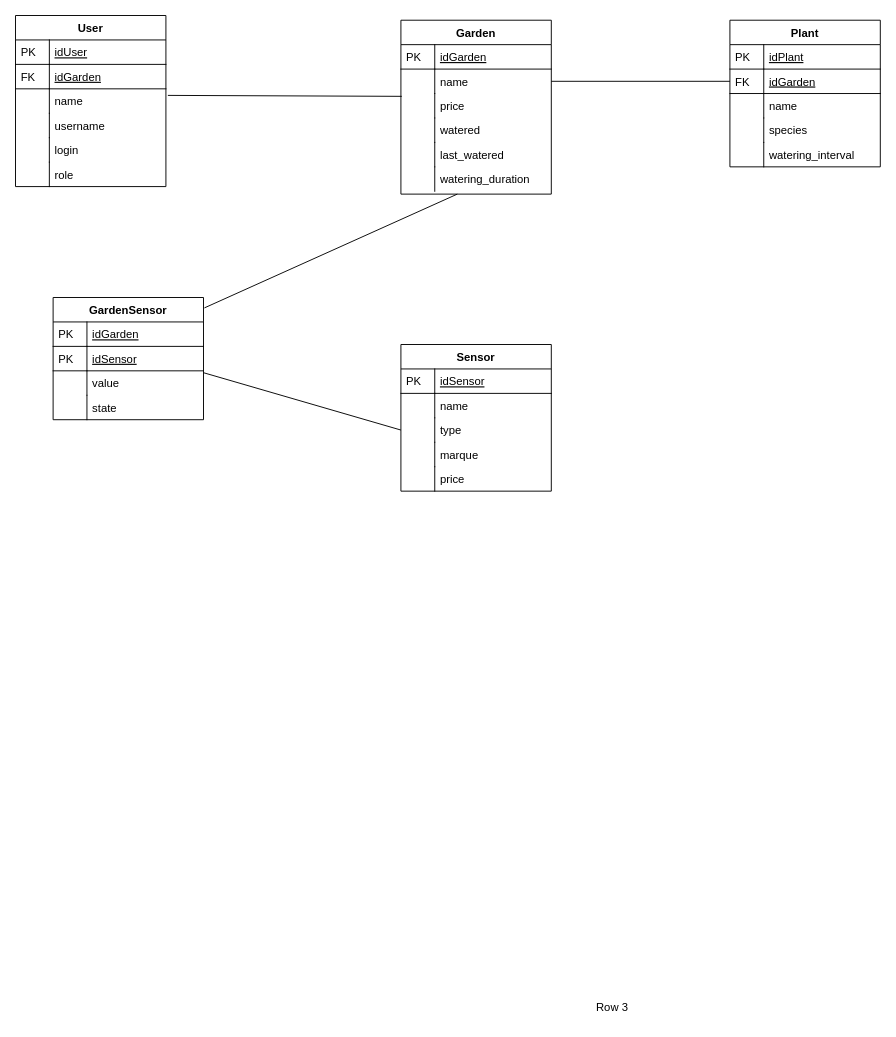
Before: page "MLD_iGardenConnect" (3 of 3) of UML/nonPdf/iGardenConnectApi.drawio in pabonhomme/iGardenConnect, a draw.io diagram. Source tidied: cells renumbered, new cells numbered last; positions are measured from the earlier drawing's top-left corner, leaving out a move shared by most shapes. Both pictures are drawn from the tidied source at 94%, with x=0, y=0 at pixel (15, 15).
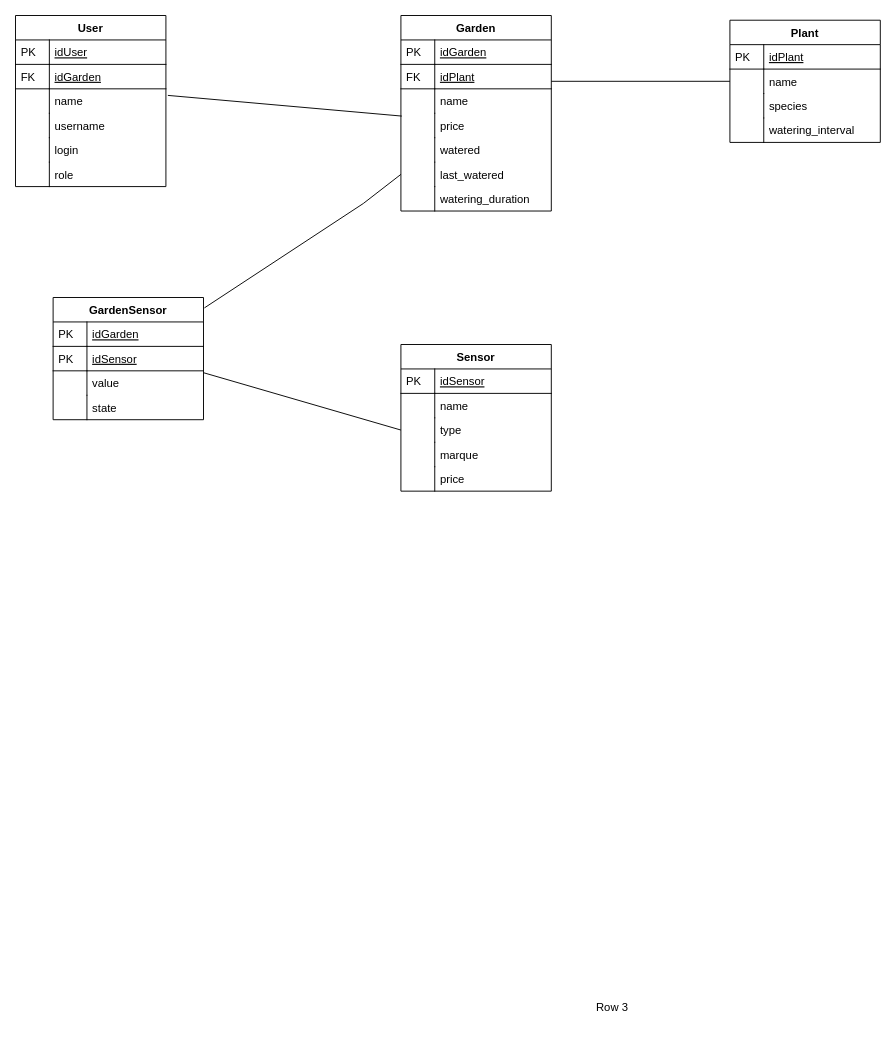
The same page after the edit.

Unchanged cells that the change refers to:
```xml
<mxCell id="55" value="GardenSensor" style="swimlane;fontStyle=1;horizontal=1;startSize=26;rounded=0;shadow=0;strokeWidth=1;" parent="1" vertex="1">
  <mxGeometry x="40" y="300" width="160" height="130" as="geometry" />
</mxCell>
```

The edit, as a diff of the source:
```diff
@@
     <mxCell id="18" value="Garden" style="swimlane;fontStyle=1;horizontal=1;startSize=26;rounded=0;shadow=0;strokeWidth=1;" parent="1" vertex="1">
-      <mxGeometry x="410" y="5" width="160" height="185" as="geometry" />
+      <mxGeometry x="410" width="160" height="208" as="geometry" />
     </mxCell>
@@
+    <mxCell id="43" value="idPlant" style="shape=partialRectangle;top=0;left=0;right=0;bottom=1;align=left;verticalAlign=top;fillColor=none;spacingLeft=40;spacingRight=4;overflow=hidden;rounded=0;shadow=0;strokeWidth=1;fontStyle=4;" parent="18" vertex="1">
+      <mxGeometry y="52" width="160" height="26" as="geometry" />
+    </mxCell>
+    <mxCell id="44" value="FK" style="shape=partialRectangle;top=0;left=0;bottom=0;fillColor=none;align=left;verticalAlign=top;spacingLeft=4;spacingRight=4;overflow=hidden;" parent="43" vertex="1">
+      <mxGeometry width="36" height="26" as="geometry" />
+    </mxCell>
     <mxCell id="21" value="name" style="shape=partialRectangle;top=0;left=0;right=0;bottom=0;align=left;verticalAlign=top;fillColor=none;spacingLeft=40;spacingRight=4;overflow=hidden;rounded=0;shadow=0;strokeWidth=1;" parent="18" vertex="1">
-      <mxGeometry y="52" width="160" height="26" as="geometry" />
+      <mxGeometry y="78" width="160" height="26" as="geometry" />
     </mxCell>
@@
     <mxCell id="23" value="price" style="shape=partialRectangle;top=0;left=0;right=0;bottom=0;align=left;verticalAlign=top;fillColor=none;spacingLeft=40;spacingRight=4;overflow=hidden;points=[[0,0.5],[1,0.5]];portConstraint=eastwest;rounded=0;shadow=0;strokeWidth=1;" parent="18" vertex="1">
-      <mxGeometry y="78" width="160" height="26" as="geometry" />
+      <mxGeometry y="104" width="160" height="26" as="geometry" />
     </mxCell>
@@
     <mxCell id="25" value="watered" style="shape=partialRectangle;top=0;left=0;right=0;bottom=0;align=left;verticalAlign=top;fillColor=none;spacingLeft=40;spacingRight=4;overflow=hidden;rounded=0;shadow=0;strokeWidth=1;" parent="18" vertex="1">
-      <mxGeometry y="104" width="160" height="26" as="geometry" />
+      <mxGeometry y="130" width="160" height="26" as="geometry" />
     </mxCell>
@@
     <mxCell id="27" value="last_watered" style="shape=partialRectangle;top=0;left=0;right=0;bottom=0;align=left;verticalAlign=top;fillColor=none;spacingLeft=40;spacingRight=4;overflow=hidden;points=[[0,0.5],[1,0.5]];portConstraint=eastwest;rounded=0;shadow=0;strokeWidth=1;" parent="18" vertex="1">
-      <mxGeometry y="130" width="160" height="26" as="geometry" />
+      <mxGeometry y="156" width="160" height="26" as="geometry" />
     </mxCell>
@@
     <mxCell id="29" value="watering_duration" style="shape=partialRectangle;top=0;left=0;right=0;bottom=0;align=left;verticalAlign=top;fillColor=none;spacingLeft=40;spacingRight=4;overflow=hidden;rounded=0;shadow=0;strokeWidth=1;" parent="18" vertex="1">
-      <mxGeometry y="156" width="160" height="26" as="geometry" />
+      <mxGeometry y="182" width="160" height="26" as="geometry" />
     </mxCell>
@@
     <mxCell id="42" value="Plant" style="swimlane;fontStyle=1;horizontal=1;startSize=26;rounded=0;shadow=0;strokeWidth=1;" parent="1" vertex="1">
-      <mxGeometry x="760" y="5" width="160" height="156" as="geometry" />
+      <mxGeometry x="760" y="5" width="160" height="130" as="geometry" />
     </mxCell>
-    <mxCell id="43" value="idPlant" style="shape=partialRectangle;top=0;left=0;right=0;bottom=1;align=left;verticalAlign=top;fillColor=none;spacingLeft=40;spacingRight=4;overflow=hidden;rounded=0;shadow=0;strokeWidth=1;fontStyle=4;" parent="42" vertex="1">
-      <mxGeometry y="26" width="160" height="26" as="geometry" />
-    </mxCell>
-    <mxCell id="44" value="PK" style="shape=partialRectangle;top=0;left=0;bottom=0;fillColor=none;align=left;verticalAlign=top;spacingLeft=4;spacingRight=4;overflow=hidden;" parent="43" vertex="1">
-      <mxGeometry width="36" height="26" as="geometry" />
-    </mxCell>
-    <mxCell id="45" value="idGarden" style="shape=partialRectangle;top=0;left=0;right=0;bottom=1;align=left;verticalAlign=top;fillColor=none;spacingLeft=40;spacingRight=4;overflow=hidden;rounded=0;shadow=0;strokeWidth=1;fontStyle=4;" parent="42" vertex="1">
-      <mxGeometry y="52" width="160" height="26" as="geometry" />
-    </mxCell>
-    <mxCell id="46" value="FK" style="shape=partialRectangle;top=0;left=0;bottom=0;fillColor=none;align=left;verticalAlign=top;spacingLeft=4;spacingRight=4;overflow=hidden;" parent="45" vertex="1">
-      <mxGeometry width="36" height="26" as="geometry" />
-    </mxCell>
+    <mxCell id="66" value="idPlant" style="shape=partialRectangle;top=0;left=0;right=0;bottom=1;align=left;verticalAlign=top;fillColor=none;spacingLeft=40;spacingRight=4;overflow=hidden;rounded=0;shadow=0;strokeWidth=1;fontStyle=4;" parent="42" vertex="1">
+      <mxGeometry y="26" width="160" height="26" as="geometry" />
+    </mxCell>
+    <mxCell id="67" value="PK" style="shape=partialRectangle;top=0;left=0;bottom=0;fillColor=none;align=left;verticalAlign=top;spacingLeft=4;spacingRight=4;overflow=hidden;" parent="66" vertex="1">
+      <mxGeometry width="36" height="26" as="geometry" />
+    </mxCell>
     <mxCell id="47" value="name" style="shape=partialRectangle;top=0;left=0;right=0;bottom=0;align=left;verticalAlign=top;fillColor=none;spacingLeft=40;spacingRight=4;overflow=hidden;rounded=0;shadow=0;strokeWidth=1;" parent="42" vertex="1">
-      <mxGeometry y="78" width="160" height="26" as="geometry" />
+      <mxGeometry y="52" width="160" height="26" as="geometry" />
     </mxCell>
@@
     <mxCell id="49" value="species" style="shape=partialRectangle;top=0;left=0;right=0;bottom=0;align=left;verticalAlign=top;fillColor=none;spacingLeft=40;spacingRight=4;overflow=hidden;rounded=0;shadow=0;strokeWidth=1;" parent="42" vertex="1">
-      <mxGeometry y="104" width="160" height="26" as="geometry" />
+      <mxGeometry y="78" width="160" height="26" as="geometry" />
     </mxCell>
@@
     <mxCell id="51" value="watering_interval" style="shape=partialRectangle;top=0;left=0;right=0;bottom=0;align=left;verticalAlign=top;fillColor=none;spacingLeft=40;spacingRight=4;overflow=hidden;rounded=0;shadow=0;strokeWidth=1;" parent="42" vertex="1">
-      <mxGeometry y="130" width="160" height="26" as="geometry" />
+      <mxGeometry y="104" width="160" height="26" as="geometry" />
     </mxCell>
@@
-    <mxCell id="64" style="endArrow=none;html=1;rounded=0;exitX=1.006;exitY=0.085;exitDx=0;exitDy=0;exitPerimeter=0;" parent="1" edge="1" source="55">
+    <mxCell id="64" style="endArrow=none;html=1;rounded=0;exitX=1.006;exitY=0.085;exitDx=0;exitDy=0;exitPerimeter=0;entryX=0;entryY=0.5;entryDx=0;entryDy=0;" parent="1" edge="1" source="55" target="27">
       <mxGeometry relative="1" as="geometry">
-        <mxPoint x="470" y="190" as="targetPoint" />
+        <Array as="points">
+          <mxPoint x="370" y="200" />
+        </Array>
       </mxGeometry>
     </mxCell>
```
